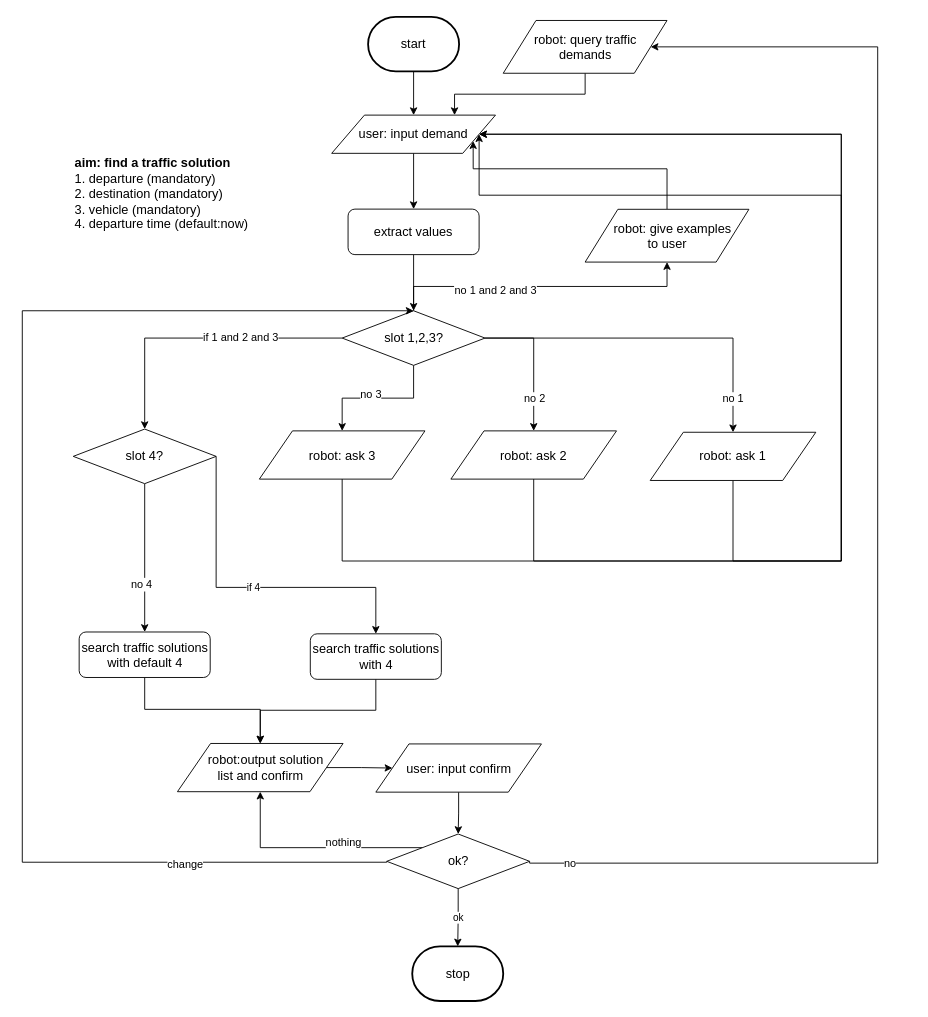
This is flow_diagram/traffic_consult.drawio from ricosr/travel_consult_chatbot, a draw.io file, before an edit. Source tidied: cells renumbered, new cells numbered last; positions are measured from the earlier drawing's top-left corner, leaving out a move shared by most shapes. Both pictures are drawn from the tidied source at 91%, with x=0, y=0 at pixel (22, 16).
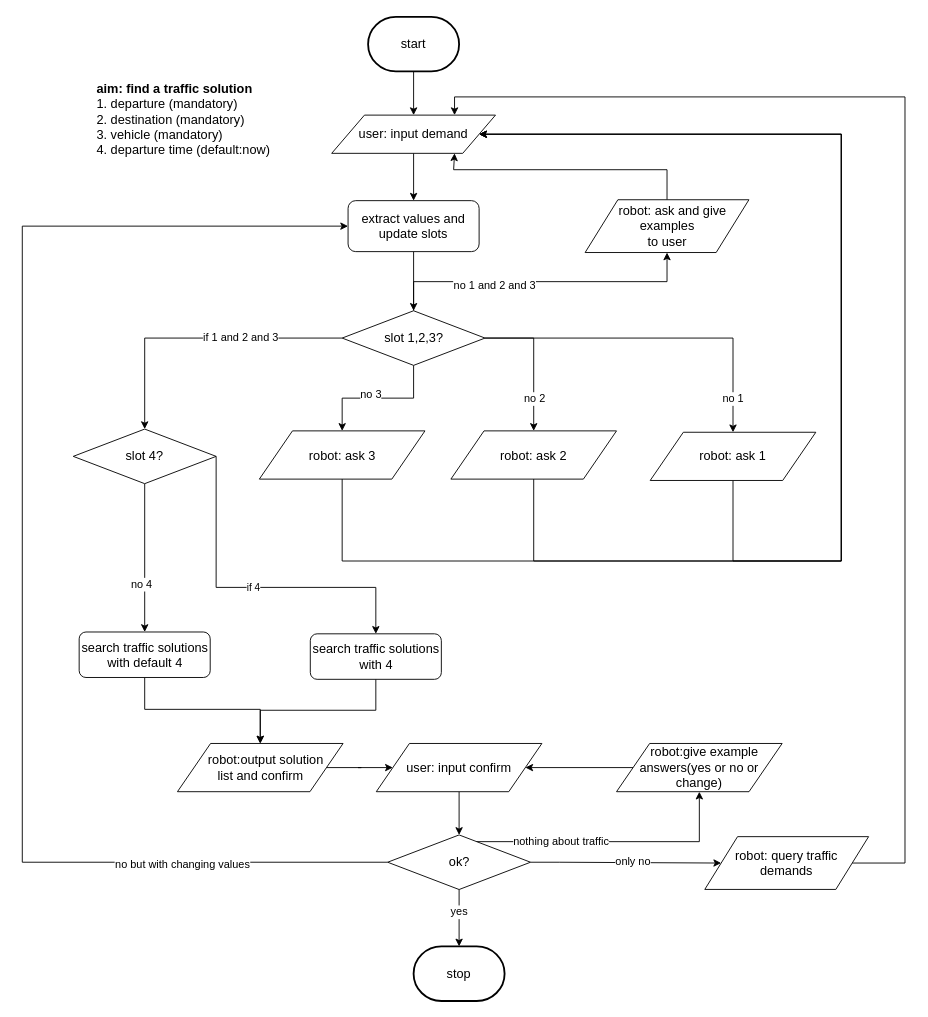
The same page after the edit.

Unchanged cells that the change refers to:
```xml
<mxCell id="13" value="&lt;font style=&quot;font-size: 14px&quot;&gt;slot 1,2,3?&lt;br&gt;&lt;/font&gt;" style="rhombus;whiteSpace=wrap;html=1;" parent="1" vertex="1">
  <mxGeometry x="351.5" y="323" width="157" height="60" as="geometry" />
</mxCell>
<mxCell id="38" value="&lt;span style=&quot;font-size: 14px ; white-space: normal&quot;&gt;user: input demand&lt;/span&gt;" style="shape=parallelogram;perimeter=parallelogramPerimeter;whiteSpace=wrap;html=1;" parent="1" vertex="1">
  <mxGeometry x="340" y="108" width="180" height="42" as="geometry" />
</mxCell>
<mxCell id="40" value="&lt;font style=&quot;font-size: 14px&quot;&gt;robot: ask 3&lt;/font&gt;" style="shape=parallelogram;perimeter=parallelogramPerimeter;whiteSpace=wrap;html=1;" parent="1" vertex="1">
  <mxGeometry x="260.5" y="455" width="182" height="53" as="geometry" />
</mxCell>
<mxCell id="45" value="&lt;span style=&quot;font-size: 14px&quot;&gt;&amp;nbsp; &amp;nbsp;robot:output solution &lt;br&gt;list and confirm&lt;/span&gt;" style="shape=parallelogram;perimeter=parallelogramPerimeter;whiteSpace=wrap;html=1;" parent="1" vertex="1">
  <mxGeometry x="170.5" y="798.5" width="182" height="53" as="geometry" />
</mxCell>
```

The edit, as a diff of the source:
```diff
@@
     <mxCell id="2" value="&lt;font style=&quot;font-size: 14px&quot;&gt;&lt;b&gt;aim: find a traffic solution&lt;/b&gt;&lt;br&gt;1. departure (mandatory)&lt;br&gt;2. destination (mandatory)&lt;br&gt;3. vehicle (mandatory)&lt;br&gt;4. departure time (default:now)&lt;br&gt;&lt;br&gt;&lt;/font&gt;" style="text;html=1;strokeColor=none;fillColor=none;align=left;verticalAlign=middle;whiteSpace=wrap;rounded=0;" parent="1" vertex="1">
-      <mxGeometry x="56" y="157" width="204" height="91" as="geometry" />
+      <mxGeometry x="80" y="75.5" width="204" height="91" as="geometry" />
     </mxCell>
@@
-    <mxCell id="24" style="edgeStyle=orthogonalEdgeStyle;rounded=0;jettySize=auto;html=1;exitX=0;exitY=0.5;exitDx=0;exitDy=0;entryX=0.5;entryY=0;entryDx=0;entryDy=0;" parent="1" edge="1" source="31" target="13">
+    <mxCell id="24" style="edgeStyle=orthogonalEdgeStyle;rounded=0;jettySize=auto;html=1;exitX=0;exitY=0.5;exitDx=0;exitDy=0;entryX=0;entryY=0.5;entryDx=0;entryDy=0;" parent="1" edge="1" source="31" target="48">
       <mxGeometry relative="1" as="geometry">
         <Array as="points">
           <mxPoint y="929" />
-          <mxPoint y="323" />
+          <mxPoint y="230" />
         </Array>
       </mxGeometry>
     </mxCell>
-    <mxCell id="25" value="change" style="text;html=1;align=center;verticalAlign=middle;labelBackgroundColor=#ffffff;" parent="24" vertex="1">
+    <mxCell id="25" value="no but with changing values" style="text;html=1;align=center;verticalAlign=middle;labelBackgroundColor=#ffffff;" parent="24" vertex="1">
       <mxGeometry x="-0.69" y="2" relative="1" as="geometry" />
     </mxCell>
-    <mxCell id="26" value="ok" style="edgeStyle=orthogonalEdgeStyle;rounded=0;jettySize=auto;html=1;exitX=0.5;exitY=1;exitDx=0;exitDy=0;entryX=0.5;entryY=0;entryDx=0;entryDy=0;entryPerimeter=0;" parent="1" edge="1" source="31" target="34">
-      <mxGeometry relative="1" as="geometry" />
-    </mxCell>
-    <mxCell id="27" style="edgeStyle=orthogonalEdgeStyle;rounded=0;jettySize=auto;html=1;exitX=1;exitY=0.5;exitDx=0;exitDy=0;entryX=1;entryY=0.5;entryDx=0;entryDy=0;" parent="1" edge="1" source="31" target="36">
+    <mxCell id="27" style="edgeStyle=orthogonalEdgeStyle;rounded=0;jettySize=auto;html=1;exitX=1;exitY=0.5;exitDx=0;exitDy=0;entryX=0;entryY=0.5;entryDx=0;entryDy=0;" parent="1" edge="1" source="31" target="36">
       <mxGeometry relative="1" as="geometry">
         <Array as="points">
-          <mxPoint x="557" y="930" />
-          <mxPoint x="940" y="930" />
-          <mxPoint x="940" y="33" />
+          <mxPoint x="590" y="929" />
+          <mxPoint x="590" y="929" />
         </Array>
       </mxGeometry>
     </mxCell>
-    <mxCell id="28" value="no" style="text;html=1;align=center;verticalAlign=middle;labelBackgroundColor=#ffffff;" parent="27" vertex="1">
-      <mxGeometry x="-0.94" relative="1" as="geometry" />
+    <mxCell id="28" value="only no" style="text;html=1;align=center;verticalAlign=middle;labelBackgroundColor=#ffffff;" parent="27" vertex="1">
+      <mxGeometry x="-0.94" relative="1" as="geometry">
+        <mxPoint x="106" y="-1.5" as="offset" />
+      </mxGeometry>
     </mxCell>
-    <mxCell id="29" style="edgeStyle=orthogonalEdgeStyle;rounded=0;jettySize=auto;html=1;exitX=0;exitY=0;exitDx=0;exitDy=0;entryX=0.5;entryY=1;entryDx=0;entryDy=0;" parent="1" edge="1" source="31" target="45">
-      <mxGeometry relative="1" as="geometry" />
-    </mxCell>
-    <mxCell id="30" value="nothing" style="text;html=1;align=center;verticalAlign=middle;labelBackgroundColor=#ffffff;" parent="29" vertex="1">
-      <mxGeometry x="-0.42" y="-2" relative="1" as="geometry">
-        <mxPoint x="-17.5" y="-3.5" as="offset" />
-      </mxGeometry>
-    </mxCell>
+    <mxCell id="51" style="edgeStyle=orthogonalEdgeStyle;rounded=0;jettySize=auto;html=1;exitX=0.62;exitY=0.123;exitDx=0;exitDy=0;entryX=0.5;entryY=1;entryDx=0;entryDy=0;exitPerimeter=0;" parent="1" edge="1" source="31" target="55">
+      <mxGeometry relative="1" as="geometry" />
+    </mxCell>
+    <mxCell id="52" value="nothing about traffic" style="text;html=1;align=center;verticalAlign=middle;labelBackgroundColor=#ffffff;" parent="51" vertex="1">
+      <mxGeometry x="-0.38" y="-1" relative="1" as="geometry">
+        <mxPoint y="-1" as="offset" />
+      </mxGeometry>
+    </mxCell>
+    <mxCell id="26" style="edgeStyle=orthogonalEdgeStyle;rounded=0;jettySize=auto;html=1;exitX=0.5;exitY=1;exitDx=0;exitDy=0;" parent="1" edge="1" source="31" target="34">
+      <mxGeometry relative="1" as="geometry" />
+    </mxCell>
+    <mxCell id="53" value="yes" style="text;html=1;align=center;verticalAlign=middle;labelBackgroundColor=#ffffff;" parent="26" vertex="1">
+      <mxGeometry y="-7" relative="1" as="geometry">
+        <mxPoint x="6" y="-7" as="offset" />
+      </mxGeometry>
+    </mxCell>
     <mxCell id="31" value="&lt;font style=&quot;font-size: 14px&quot;&gt;ok?&lt;br&gt;&lt;/font&gt;" style="rhombus;whiteSpace=wrap;html=1;" parent="1" vertex="1">
-      <mxGeometry x="400.5" y="898" width="157" height="60" as="geometry" />
+      <mxGeometry x="401.5" y="899" width="157" height="60" as="geometry" />
     </mxCell>
@@
     <mxCell id="34" value="&lt;font style=&quot;font-size: 14px&quot;&gt;stop&lt;/font&gt;" style="strokeWidth=2;html=1;shape=mxgraph.flowchart.terminator;whiteSpace=wrap;" parent="1" vertex="1">
-      <mxGeometry x="428.5" y="1021.5" width="100" height="60" as="geometry" />
+      <mxGeometry x="430" y="1021.5" width="100" height="60" as="geometry" />
     </mxCell>
-    <mxCell id="35" style="edgeStyle=orthogonalEdgeStyle;rounded=0;jettySize=auto;html=1;exitX=0.5;exitY=1;exitDx=0;exitDy=0;entryX=0.75;entryY=0;entryDx=0;entryDy=0;" parent="1" edge="1" source="36" target="38">
-      <mxGeometry relative="1" as="geometry" />
+    <mxCell id="35" style="edgeStyle=orthogonalEdgeStyle;rounded=0;jettySize=auto;html=1;exitX=1;exitY=0.5;exitDx=0;exitDy=0;entryX=0.75;entryY=0;entryDx=0;entryDy=0;" parent="1" edge="1" source="36" target="38">
+      <mxGeometry relative="1" as="geometry">
+        <Array as="points">
+          <mxPoint x="970" y="929" />
+          <mxPoint x="970" y="88" />
+          <mxPoint x="475" y="88" />
+        </Array>
+      </mxGeometry>
     </mxCell>
     <mxCell id="36" value="&lt;span style=&quot;font-size: 14px ; white-space: normal&quot;&gt;robot: query traffic &lt;br&gt;demands&lt;/span&gt;" style="shape=parallelogram;perimeter=parallelogramPerimeter;whiteSpace=wrap;html=1;" parent="1" vertex="1">
-      <mxGeometry x="528.5" y="4" width="180" height="58" as="geometry" />
+      <mxGeometry x="750" y="900.9" width="180" height="58" as="geometry" />
     </mxCell>
@@
     <mxCell id="39" style="edgeStyle=orthogonalEdgeStyle;rounded=0;jettySize=auto;html=1;exitX=0.5;exitY=1;exitDx=0;exitDy=0;entryX=1;entryY=0.5;entryDx=0;entryDy=0;" parent="1" edge="1" source="40" target="38">
       <mxGeometry relative="1" as="geometry">
         <Array as="points">
           <mxPoint x="352" y="598" />
           <mxPoint x="900" y="598" />
-          <mxPoint x="900" y="196" />
+          <mxPoint x="900" y="129" />
         </Array>
       </mxGeometry>
     </mxCell>
@@
     <mxCell id="46" value="&lt;span style=&quot;font-size: 14px&quot;&gt;user: input confirm&lt;/span&gt;" style="shape=parallelogram;perimeter=parallelogramPerimeter;whiteSpace=wrap;html=1;" parent="1" vertex="1">
-      <mxGeometry x="388.5" y="799" width="182" height="53" as="geometry" />
+      <mxGeometry x="389" y="798.5" width="182" height="53" as="geometry" />
     </mxCell>
@@
-    <mxCell id="48" value="&lt;font style=&quot;font-size: 14px&quot;&gt;extract values&lt;/font&gt;" style="rounded=1;whiteSpace=wrap;html=1;" parent="1" vertex="1">
-      <mxGeometry x="358" y="211.3" width="144" height="50" as="geometry" />
+    <mxCell id="48" value="&lt;font style=&quot;font-size: 14px&quot;&gt;extract values and update slots&lt;/font&gt;" style="rounded=1;whiteSpace=wrap;html=1;" parent="1" vertex="1">
+      <mxGeometry x="358" y="202" width="144" height="56" as="geometry" />
     </mxCell>
-    <mxCell id="49" style="edgeStyle=orthogonalEdgeStyle;rounded=0;jettySize=auto;html=1;exitX=0.5;exitY=0;exitDx=0;exitDy=0;entryX=1;entryY=0.75;entryDx=0;entryDy=0;" parent="1" edge="1" source="50" target="38">
+    <mxCell id="49" style="edgeStyle=orthogonalEdgeStyle;rounded=0;jettySize=auto;html=1;exitX=0.5;exitY=0;exitDx=0;exitDy=0;entryX=0.75;entryY=1;entryDx=0;entryDy=0;" parent="1" edge="1" source="50" target="38">
       <mxGeometry relative="1" as="geometry">
         <Array as="points">
-          <mxPoint x="709" y="167" />
-          <mxPoint x="495" y="167" />
+          <mxPoint x="709" y="168" />
+          <mxPoint x="474" y="168" />
         </Array>
       </mxGeometry>
     </mxCell>
-    <mxCell id="50" value="&lt;span style=&quot;font-size: 14px ; white-space: normal&quot;&gt;&amp;nbsp; &amp;nbsp;robot: give examples &lt;br&gt;to user&lt;/span&gt;" style="shape=parallelogram;perimeter=parallelogramPerimeter;whiteSpace=wrap;html=1;" parent="1" vertex="1">
-      <mxGeometry x="618.5" y="211.5" width="180" height="58" as="geometry" />
+    <mxCell id="50" value="&lt;span style=&quot;font-size: 14px ; white-space: normal&quot;&gt;&amp;nbsp; &amp;nbsp;robot: ask and give examples &lt;br&gt;to user&lt;/span&gt;" style="shape=parallelogram;perimeter=parallelogramPerimeter;whiteSpace=wrap;html=1;" parent="1" vertex="1">
+      <mxGeometry x="618.5" y="201" width="180" height="58" as="geometry" />
     </mxCell>
+    <mxCell id="54" style="edgeStyle=orthogonalEdgeStyle;rounded=0;jettySize=auto;html=1;exitX=0;exitY=0.5;exitDx=0;exitDy=0;entryX=1;entryY=0.5;entryDx=0;entryDy=0;" parent="1" edge="1" source="55" target="46">
+      <mxGeometry relative="1" as="geometry" />
+    </mxCell>
+    <mxCell id="55" value="&lt;span style=&quot;font-size: 14px&quot;&gt;&amp;nbsp; &amp;nbsp;robot:give example answers(yes or no or change)&lt;/span&gt;" style="shape=parallelogram;perimeter=parallelogramPerimeter;whiteSpace=wrap;html=1;" parent="1" vertex="1">
+      <mxGeometry x="653" y="798.5" width="182" height="53" as="geometry" />
+    </mxCell>
```
